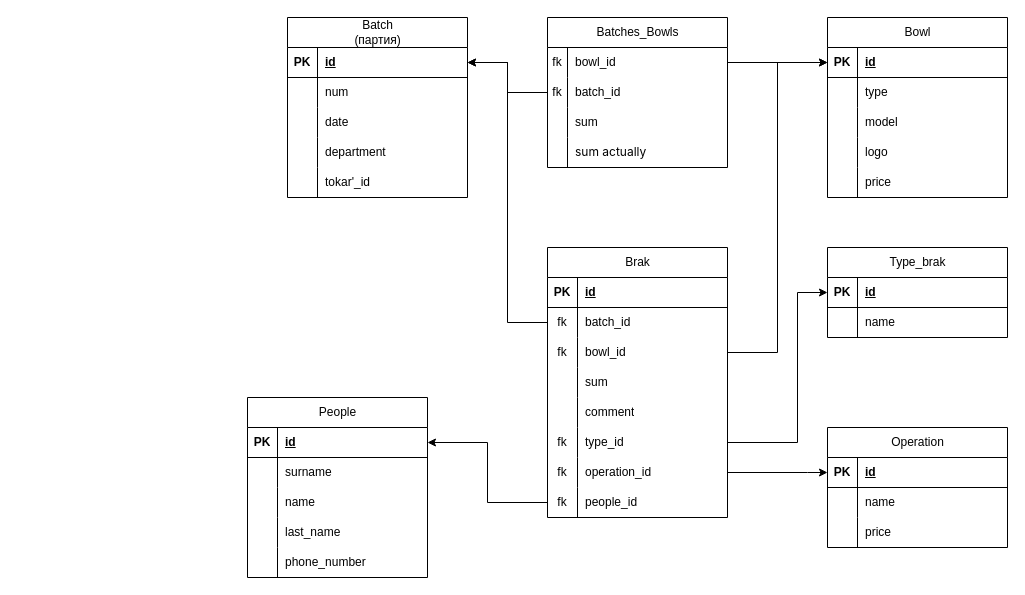
OGdanik/db_diagrams keeps this draw.io diagram as CosmoCRM.drawio. Above is the earlier version. Source tidied: cells renumbered, new cells numbered last; positions are measured from the earlier drawing's top-left corner, leaving out a move shared by most shapes. Both pictures are drawn from the tidied source at 100%, with x=0, y=0 at pixel (247, 17).
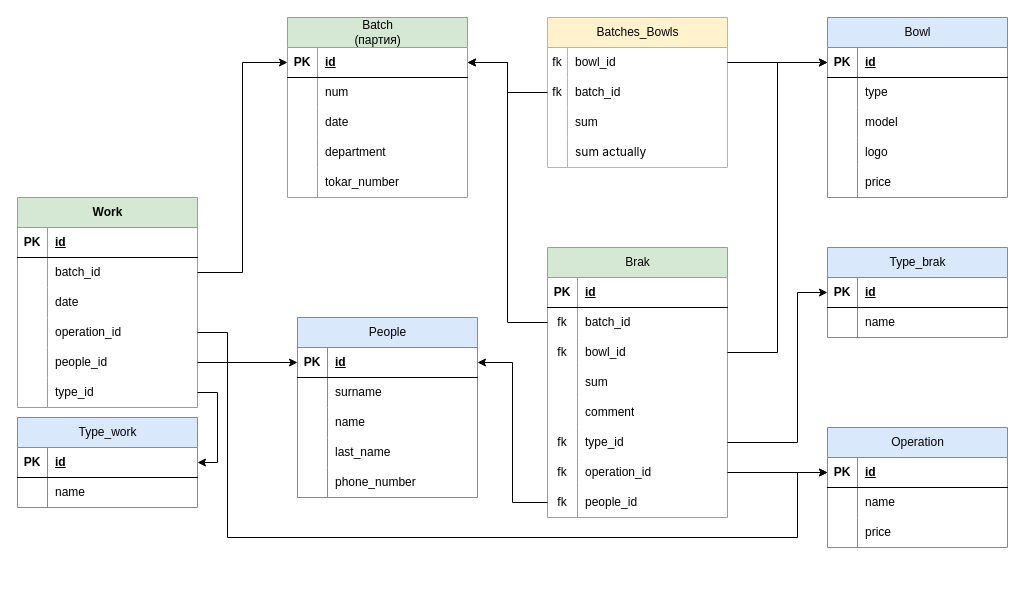
After the change.

The change refers to these unchanged cells:
```xml
<mxCell id="3" style="shape=tableRow;horizontal=0;startSize=0;swimlaneHead=0;swimlaneBody=0;fillColor=none;points=[[0,0.5],[1,0.5]];portConstraint=eastwest;top=0;left=0;right=0;bottom=1;" parent="2" vertex="1">
  <mxGeometry y="30" width="180" height="30" as="geometry" />
</mxCell>
<mxCell id="15" style="shape=tableRow;horizontal=0;startSize=0;swimlaneHead=0;swimlaneBody=0;fillColor=none;top=0;left=0;right=0;bottom=0;" parent="2" vertex="1">
  <mxGeometry y="150" width="180" height="30" as="geometry" />
</mxCell>
<mxCell id="77" style="shape=tableRow;horizontal=0;startSize=0;swimlaneHead=0;swimlaneBody=0;fillColor=none;points=[[0,0.5],[1,0.5]];portConstraint=eastwest;top=0;left=0;right=0;bottom=1;" parent="76" vertex="1">
  <mxGeometry y="30" width="180" height="30" as="geometry" />
</mxCell>
<mxCell id="88" style="shape=tableRow;horizontal=0;startSize=0;swimlaneHead=0;swimlaneBody=0;fillColor=none;points=[[0,0.5],[1,0.5]];portConstraint=eastwest;top=0;left=0;right=0;bottom=1;" parent="87" vertex="1">
  <mxGeometry y="30" width="180" height="30" as="geometry" />
</mxCell>
```

The edit, as a diff of the source:
```diff
@@
-    <mxCell id="2" value="&lt;span style=&quot;font-weight: 400; text-wrap: wrap;&quot;&gt;Batch (партия)&lt;/span&gt;" style="shape=table;startSize=30;childLayout=tableLayout;rowLines=0;fontStyle=1;align=center;html=1;" parent="1" vertex="1">
+    <mxCell id="2" value="&lt;span style=&quot;font-weight: 400; text-wrap: wrap;&quot;&gt;Batch (партия)&lt;/span&gt;" style="shape=table;startSize=30;childLayout=tableLayout;rowLines=0;fontStyle=1;align=center;html=1;fillColor=#d5e8d4;strokeColor=#82b366;" parent="1" vertex="1">
       <mxGeometry x="40" width="180" height="180" as="geometry" />
     </mxCell>
@@
-    <mxCell id="17" value="tokar'_id" style="shape=partialRectangle;fillColor=none;top=0;left=0;bottom=0;right=0;align=left;spacingLeft=6;overflow=hidden;whiteSpace=wrap;html=1;" parent="15" vertex="1">
+    <mxCell id="17" value="tokar_number" style="shape=partialRectangle;fillColor=none;top=0;left=0;bottom=0;right=0;align=left;spacingLeft=6;overflow=hidden;whiteSpace=wrap;html=1;" parent="15" vertex="1">
       <mxGeometry x="30" width="150" height="30" as="geometry" />
     </mxCell>
-    <mxCell id="18" value="&lt;span style=&quot;font-weight: 400; text-wrap: wrap;&quot;&gt;Batches_Bowls&lt;/span&gt;" style="shape=table;startSize=30;childLayout=tableLayout;rowLines=0;fontStyle=1;align=center;html=1;" parent="1" vertex="1">
+    <mxCell id="18" value="&lt;span style=&quot;font-weight: 400; text-wrap: wrap;&quot;&gt;Batches_Bowls&lt;/span&gt;" style="shape=table;startSize=30;childLayout=tableLayout;rowLines=0;fontStyle=1;align=center;html=1;fillColor=#fff2cc;strokeColor=#d6b656;" parent="1" vertex="1">
       <mxGeometry x="300" width="180" height="150" as="geometry" />
     </mxCell>
@@
-    <mxCell id="31" value="&lt;span style=&quot;font-weight: 400; text-wrap: wrap;&quot;&gt;Bowl&lt;/span&gt;" style="shape=table;startSize=30;childLayout=tableLayout;rowLines=0;fontStyle=1;align=center;html=1;" parent="1" vertex="1">
+    <mxCell id="31" value="&lt;span style=&quot;font-weight: 400; text-wrap: wrap;&quot;&gt;Bowl&lt;/span&gt;" style="shape=table;startSize=30;childLayout=tableLayout;rowLines=0;fontStyle=1;align=center;html=1;fillColor=#dae8fc;strokeColor=#6c8ebf;" parent="1" vertex="1">
       <mxGeometry x="580" width="180" height="180" as="geometry" />
     </mxCell>
@@
-    <mxCell id="49" value="&lt;span style=&quot;font-weight: 400; text-wrap: wrap;&quot;&gt;Brak&lt;/span&gt;" style="shape=table;startSize=30;childLayout=tableLayout;rowLines=0;fontStyle=1;align=center;html=1;" parent="1" vertex="1">
+    <mxCell id="49" value="&lt;span style=&quot;font-weight: 400; text-wrap: wrap;&quot;&gt;Brak&lt;/span&gt;" style="shape=table;startSize=30;childLayout=tableLayout;rowLines=0;fontStyle=1;align=center;html=1;fillColor=#d5e8d4;strokeColor=#82b366;" parent="1" vertex="1">
       <mxGeometry x="300" y="230" width="180" height="270" as="geometry" />
     </mxCell>
@@
-    <mxCell id="76" value="&lt;span style=&quot;font-weight: 400; text-wrap: wrap;&quot;&gt;Operation&lt;/span&gt;" style="shape=table;startSize=30;childLayout=tableLayout;rowLines=0;fontStyle=1;align=center;html=1;" parent="1" vertex="1">
+    <mxCell id="76" value="&lt;span style=&quot;font-weight: 400; text-wrap: wrap;&quot;&gt;Operation&lt;/span&gt;" style="shape=table;startSize=30;childLayout=tableLayout;rowLines=0;fontStyle=1;align=center;html=1;fillColor=#dae8fc;strokeColor=#6c8ebf;" parent="1" vertex="1">
       <mxGeometry x="580" y="410" width="180" height="120" as="geometry" />
     </mxCell>
@@
-    <mxCell id="87" value="&lt;span style=&quot;font-weight: 400; text-wrap: wrap;&quot;&gt;People&lt;/span&gt;" style="shape=table;startSize=30;childLayout=tableLayout;rowLines=0;fontStyle=1;align=center;html=1;" parent="1" vertex="1">
-      <mxGeometry y="380" width="180" height="180" as="geometry" />
+    <mxCell id="87" value="&lt;span style=&quot;font-weight: 400; text-wrap: wrap;&quot;&gt;People&lt;/span&gt;" style="shape=table;startSize=30;childLayout=tableLayout;rowLines=0;fontStyle=1;align=center;html=1;fillColor=#dae8fc;strokeColor=#6c8ebf;" parent="1" vertex="1">
+      <mxGeometry x="50" y="300" width="180" height="180" as="geometry" />
     </mxCell>
@@
-    <mxCell id="104" value="&lt;span style=&quot;font-weight: 400; text-wrap: wrap;&quot;&gt;Type_brak&lt;/span&gt;" style="shape=table;startSize=30;childLayout=tableLayout;rowLines=0;fontStyle=1;align=center;html=1;" parent="1" vertex="1">
+    <mxCell id="104" value="&lt;span style=&quot;font-weight: 400; text-wrap: wrap;&quot;&gt;Type_brak&lt;/span&gt;" style="shape=table;startSize=30;childLayout=tableLayout;rowLines=0;fontStyle=1;align=center;html=1;fillColor=#dae8fc;strokeColor=#6c8ebf;" parent="1" vertex="1">
       <mxGeometry x="580" y="230" width="180" height="90" as="geometry" />
     </mxCell>
@@
+    <mxCell id="112" value="Work" style="shape=table;startSize=30;childLayout=tableLayout;rowLines=0;fontStyle=1;align=center;html=1;fillColor=#d5e8d4;strokeColor=#82b366;" parent="1" vertex="1">
+      <mxGeometry x="-230" y="180" width="180" height="210" as="geometry" />
+    </mxCell>
+    <mxCell id="113" style="shape=tableRow;horizontal=0;startSize=0;swimlaneHead=0;swimlaneBody=0;fillColor=none;top=0;left=0;right=0;bottom=1;" parent="112" vertex="1">
+      <mxGeometry y="30" width="180" height="30" as="geometry" />
+    </mxCell>
+    <mxCell id="114" value="PK" style="shape=partialRectangle;fillColor=none;top=0;left=0;bottom=0;right=0;fontStyle=1;overflow=hidden;whiteSpace=wrap;html=1;" parent="113" vertex="1">
+      <mxGeometry width="30" height="30" as="geometry" />
+    </mxCell>
+    <mxCell id="115" value="id" style="shape=partialRectangle;fillColor=none;top=0;left=0;bottom=0;right=0;align=left;spacingLeft=6;fontStyle=5;overflow=hidden;whiteSpace=wrap;html=1;" parent="113" vertex="1">
+      <mxGeometry x="30" width="150" height="30" as="geometry" />
+    </mxCell>
+    <mxCell id="116" style="shape=tableRow;horizontal=0;startSize=0;swimlaneHead=0;swimlaneBody=0;fillColor=none;points=[[0,0.5],[1,0.5]];portConstraint=eastwest;top=0;left=0;right=0;bottom=0;" parent="112" vertex="1">
+      <mxGeometry y="60" width="180" height="30" as="geometry" />
+    </mxCell>
+    <mxCell id="117" style="shape=partialRectangle;fillColor=none;top=0;left=0;bottom=0;right=0;overflow=hidden;whiteSpace=wrap;html=1;" parent="116" vertex="1">
+      <mxGeometry width="30" height="30" as="geometry" />
+    </mxCell>
+    <mxCell id="118" value="batch_id" style="shape=partialRectangle;fillColor=none;top=0;left=0;bottom=0;right=0;align=left;spacingLeft=6;overflow=hidden;whiteSpace=wrap;html=1;" parent="116" vertex="1">
+      <mxGeometry x="30" width="150" height="30" as="geometry" />
+    </mxCell>
+    <mxCell id="119" style="shape=tableRow;horizontal=0;startSize=0;swimlaneHead=0;swimlaneBody=0;fillColor=none;top=0;left=0;right=0;bottom=0;" parent="112" vertex="1">
+      <mxGeometry y="90" width="180" height="30" as="geometry" />
+    </mxCell>
+    <mxCell id="120" style="shape=partialRectangle;fillColor=none;top=0;left=0;bottom=0;right=0;overflow=hidden;whiteSpace=wrap;html=1;" parent="119" vertex="1">
+      <mxGeometry width="30" height="30" as="geometry" />
+    </mxCell>
+    <mxCell id="121" value="date" style="shape=partialRectangle;fillColor=none;top=0;left=0;bottom=0;right=0;align=left;spacingLeft=6;overflow=hidden;whiteSpace=wrap;html=1;" parent="119" vertex="1">
+      <mxGeometry x="30" width="150" height="30" as="geometry" />
+    </mxCell>
+    <mxCell id="122" style="shape=tableRow;horizontal=0;startSize=0;swimlaneHead=0;swimlaneBody=0;fillColor=none;points=[[0,0.5],[1,0.5]];portConstraint=eastwest;top=0;left=0;right=0;bottom=0;" parent="112" vertex="1">
+      <mxGeometry y="120" width="180" height="30" as="geometry" />
+    </mxCell>
+    <mxCell id="123" style="shape=partialRectangle;fillColor=none;top=0;left=0;bottom=0;right=0;overflow=hidden;whiteSpace=wrap;html=1;" parent="122" vertex="1">
+      <mxGeometry width="30" height="30" as="geometry" />
+    </mxCell>
+    <mxCell id="124" value="operation_id" style="shape=partialRectangle;fillColor=none;top=0;left=0;bottom=0;right=0;align=left;spacingLeft=6;overflow=hidden;whiteSpace=wrap;html=1;" parent="122" vertex="1">
+      <mxGeometry x="30" width="150" height="30" as="geometry" />
+    </mxCell>
+    <mxCell id="125" style="shape=tableRow;horizontal=0;startSize=0;swimlaneHead=0;swimlaneBody=0;fillColor=none;points=[[0,0.5],[1,0.5]];portConstraint=eastwest;top=0;left=0;right=0;bottom=0;" parent="112" vertex="1">
+      <mxGeometry y="150" width="180" height="30" as="geometry" />
+    </mxCell>
+    <mxCell id="126" style="shape=partialRectangle;fillColor=none;top=0;left=0;bottom=0;right=0;overflow=hidden;whiteSpace=wrap;html=1;" parent="125" vertex="1">
+      <mxGeometry width="30" height="30" as="geometry" />
+    </mxCell>
+    <mxCell id="127" value="people_id" style="shape=partialRectangle;fillColor=none;top=0;left=0;bottom=0;right=0;align=left;spacingLeft=6;overflow=hidden;whiteSpace=wrap;html=1;" parent="125" vertex="1">
+      <mxGeometry x="30" width="150" height="30" as="geometry" />
+    </mxCell>
+    <mxCell id="128" style="shape=tableRow;horizontal=0;startSize=0;swimlaneHead=0;swimlaneBody=0;fillColor=none;points=[[0,0.5],[1,0.5]];portConstraint=eastwest;top=0;left=0;right=0;bottom=0;" parent="112" vertex="1">
+      <mxGeometry y="180" width="180" height="30" as="geometry" />
+    </mxCell>
+    <mxCell id="129" style="shape=partialRectangle;fillColor=none;top=0;left=0;bottom=0;right=0;overflow=hidden;whiteSpace=wrap;html=1;" parent="128" vertex="1">
+      <mxGeometry width="30" height="30" as="geometry" />
+    </mxCell>
+    <mxCell id="130" value="type_id" style="shape=partialRectangle;fillColor=none;top=0;left=0;bottom=0;right=0;align=left;spacingLeft=6;overflow=hidden;whiteSpace=wrap;html=1;" parent="128" vertex="1">
+      <mxGeometry x="30" width="150" height="30" as="geometry" />
+    </mxCell>
+    <mxCell id="131" style="edgeStyle=orthogonalEdgeStyle;rounded=0;jettySize=auto;html=1;entryX=0;entryY=0.5;entryDx=0;entryDy=0;" parent="1" edge="1" source="116" target="3">
+      <mxGeometry relative="1" as="geometry" />
+    </mxCell>
+    <mxCell id="132" style="edgeStyle=orthogonalEdgeStyle;rounded=0;jettySize=auto;html=1;entryX=0;entryY=0.5;entryDx=0;entryDy=0;exitX=1;exitY=0.5;exitDx=0;exitDy=0;" parent="1" edge="1" source="122" target="77">
+      <mxGeometry relative="1" as="geometry">
+        <Array as="points">
+          <mxPoint x="-20" y="315" />
+          <mxPoint x="-20" y="520" />
+          <mxPoint x="550" y="520" />
+          <mxPoint x="550" y="455" />
+        </Array>
+      </mxGeometry>
+    </mxCell>
+    <mxCell id="133" style="edgeStyle=orthogonalEdgeStyle;rounded=0;jettySize=auto;html=1;entryX=0;entryY=0.5;entryDx=0;entryDy=0;exitX=1;exitY=0.5;exitDx=0;exitDy=0;" parent="1" edge="1" source="125" target="88">
+      <mxGeometry relative="1" as="geometry" />
+    </mxCell>
+    <mxCell id="134" value="&lt;span style=&quot;font-weight: 400; text-wrap: wrap;&quot;&gt;Type_work&lt;/span&gt;" style="shape=table;startSize=30;childLayout=tableLayout;rowLines=0;fontStyle=1;align=center;html=1;fillColor=#dae8fc;strokeColor=#6c8ebf;" parent="1" vertex="1">
+      <mxGeometry x="-230" y="400" width="180" height="90" as="geometry" />
+    </mxCell>
+    <mxCell id="135" style="shape=tableRow;horizontal=0;startSize=0;swimlaneHead=0;swimlaneBody=0;fillColor=none;points=[[0,0.5],[1,0.5]];portConstraint=eastwest;top=0;left=0;right=0;bottom=1;" parent="134" vertex="1">
+      <mxGeometry y="30" width="180" height="30" as="geometry" />
+    </mxCell>
+    <mxCell id="136" value="PK" style="shape=partialRectangle;fillColor=none;top=0;left=0;bottom=0;right=0;fontStyle=1;overflow=hidden;whiteSpace=wrap;html=1;" parent="135" vertex="1">
+      <mxGeometry width="30" height="30" as="geometry" />
+    </mxCell>
+    <mxCell id="137" value="id" style="shape=partialRectangle;fillColor=none;top=0;left=0;bottom=0;right=0;align=left;spacingLeft=6;fontStyle=5;overflow=hidden;whiteSpace=wrap;html=1;" parent="135" vertex="1">
+      <mxGeometry x="30" width="150" height="30" as="geometry" />
+    </mxCell>
+    <mxCell id="138" style="shape=tableRow;horizontal=0;startSize=0;swimlaneHead=0;swimlaneBody=0;fillColor=none;top=0;left=0;right=0;bottom=0;" parent="134" vertex="1">
+      <mxGeometry y="60" width="180" height="30" as="geometry" />
+    </mxCell>
+    <mxCell id="139" style="shape=partialRectangle;fillColor=none;top=0;left=0;bottom=0;right=0;overflow=hidden;whiteSpace=wrap;html=1;" parent="138" vertex="1">
+      <mxGeometry width="30" height="30" as="geometry" />
+    </mxCell>
+    <mxCell id="140" value="name" style="shape=partialRectangle;fillColor=none;top=0;left=0;bottom=0;right=0;align=left;spacingLeft=6;overflow=hidden;whiteSpace=wrap;html=1;" parent="138" vertex="1">
+      <mxGeometry x="30" width="150" height="30" as="geometry" />
+    </mxCell>
+    <mxCell id="141" style="edgeStyle=orthogonalEdgeStyle;rounded=0;jettySize=auto;html=1;exitX=1;exitY=0.5;exitDx=0;exitDy=0;entryX=1;entryY=0.5;entryDx=0;entryDy=0;" parent="1" edge="1" source="128" target="135">
+      <mxGeometry relative="1" as="geometry" />
+    </mxCell>
```
